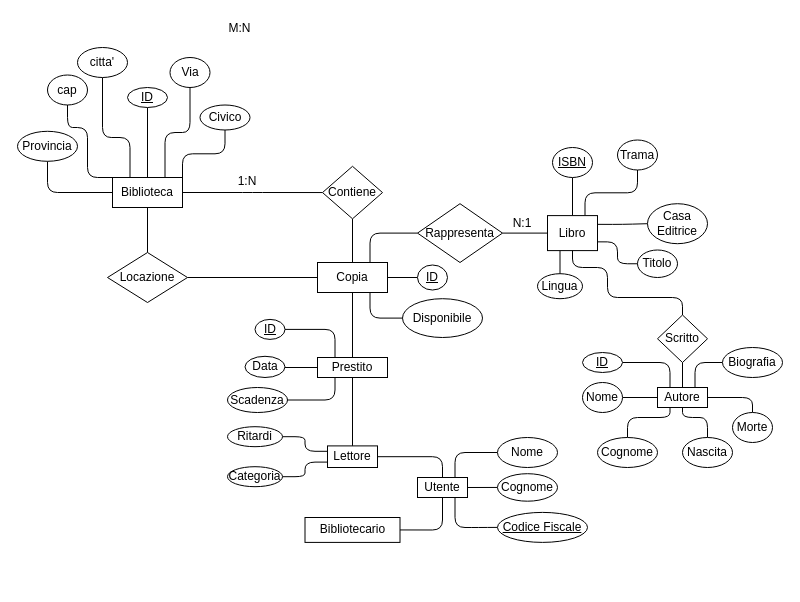
Before: schemas/biblio_er.drawio in eliac02/bibliodb, a draw.io diagram. Source tidied: cells renumbered, new cells numbered last; positions are measured from the earlier drawing's top-left corner, leaving out a move shared by most shapes. Both pictures are drawn from the tidied source at 100%, with x=0, y=0 at pixel (17, 17).
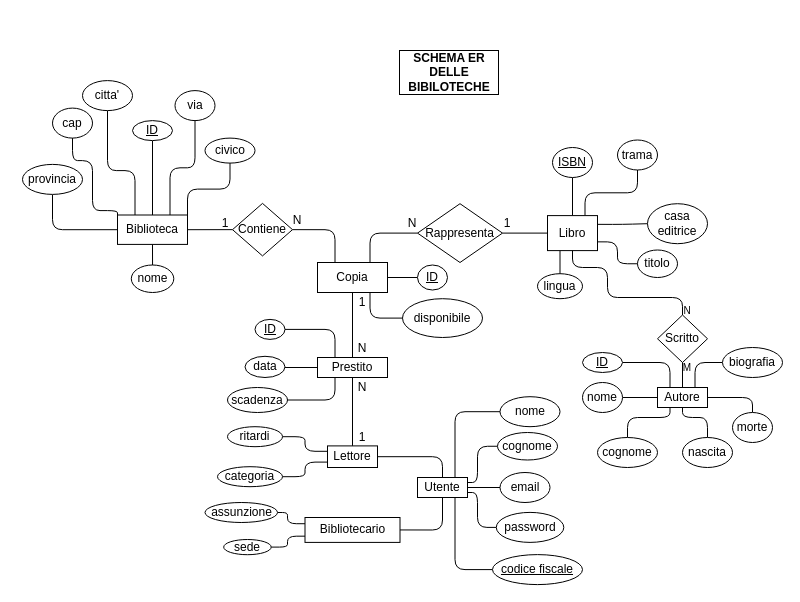
The same diagram, later.

Commit message (it also covers changes not shown here):
added relational schema

The change refers to these unchanged cells:
```xml
<mxCell id="45" value="Utente" style="rounded=0;whiteSpace=wrap;html=1;" parent="1" vertex="1">
  <mxGeometry x="400" y="460" width="50" height="20" as="geometry" />
</mxCell>
<mxCell id="49" value="Lettore" style="rounded=0;whiteSpace=wrap;html=1;" parent="1" vertex="1">
  <mxGeometry x="310" y="428.4" width="50" height="21.6" as="geometry" />
</mxCell>
<mxCell id="50" value="Bibliotecario" style="rounded=0;whiteSpace=wrap;html=1;" parent="1" vertex="1">
  <mxGeometry x="287.5" y="500" width="95" height="24.9" as="geometry" />
</mxCell>
<mxCell id="65" value="Copia" style="rounded=0;whiteSpace=wrap;html=1;" parent="1" vertex="1">
  <mxGeometry x="300" y="245" width="70" height="30" as="geometry" />
</mxCell>
<mxCell id="81" value="Prestito" style="rounded=0;whiteSpace=wrap;html=1;" parent="1" vertex="1">
  <mxGeometry x="300" y="340" width="70" height="20" as="geometry" />
</mxCell>
```

What changed in the source:
```diff
@@
-    <mxCell id="2" style="edgeStyle=orthogonalEdgeStyle;rounded=1;jettySize=auto;html=1;exitX=1;exitY=0.5;exitDx=0;exitDy=0;entryX=0;entryY=0.5;entryDx=0;entryDy=0;endArrow=none;startFill=0;" parent="1" edge="1" source="9" target="12">
-      <mxGeometry relative="1" as="geometry" />
-    </mxCell>
@@
     <mxCell id="7" style="edgeStyle=orthogonalEdgeStyle;rounded=1;jettySize=auto;html=1;exitX=0;exitY=0;exitDx=0;exitDy=0;entryX=0.5;entryY=1;entryDx=0;entryDy=0;endArrow=none;startFill=0;" parent="1" edge="1" source="9" target="58">
       <mxGeometry relative="1" as="geometry">
         <Array as="points">
-          <mxPoint x="70" y="160" />
-          <mxPoint x="70" y="110" />
-          <mxPoint x="50" y="110" />
+          <mxPoint x="75" y="193.1" />
+          <mxPoint x="75" y="143.1" />
+          <mxPoint x="55" y="143.1" />
         </Array>
       </mxGeometry>
     </mxCell>
     <mxCell id="8" style="edgeStyle=orthogonalEdgeStyle;rounded=1;jettySize=auto;html=1;exitX=0.25;exitY=0;exitDx=0;exitDy=0;entryX=0.5;entryY=1;entryDx=0;entryDy=0;endArrow=none;startFill=0;" parent="1" edge="1" source="9" target="10">
       <mxGeometry relative="1" as="geometry">
         <Array as="points">
-          <mxPoint x="113" y="120" />
-          <mxPoint x="85" y="120" />
+          <mxPoint x="118" y="153.1" />
+          <mxPoint x="90" y="153.1" />
         </Array>
       </mxGeometry>
     </mxCell>
+    <mxCell id="83" style="edgeStyle=orthogonalEdgeStyle;rounded=1;jettySize=auto;html=1;exitX=0.5;exitY=1;exitDx=0;exitDy=0;entryX=0.5;entryY=0;entryDx=0;entryDy=0;curved=0;endArrow=none;startFill=0;" parent="1" edge="1" source="9" target="106">
+      <mxGeometry relative="1" as="geometry" />
+    </mxCell>
     <mxCell id="9" value="Biblioteca" style="rounded=0;whiteSpace=wrap;html=1;" parent="1" vertex="1">
-      <mxGeometry x="95" y="160" width="70" height="30" as="geometry" />
+      <mxGeometry x="100" y="197.5" width="70" height="29.4" as="geometry" />
     </mxCell>
     <mxCell id="10" value="citta'" style="ellipse;whiteSpace=wrap;html=1;rounded=1;" parent="1" vertex="1">
-      <mxGeometry x="60" y="30" width="50" height="30" as="geometry" />
+      <mxGeometry x="65" y="63.1" width="50" height="30" as="geometry" />
     </mxCell>
-    <mxCell id="11" style="edgeStyle=orthogonalEdgeStyle;rounded=1;jettySize=auto;html=1;exitX=0.5;exitY=1;exitDx=0;exitDy=0;entryX=0.5;entryY=0;entryDx=0;entryDy=0;endArrow=none;startFill=0;" parent="1" edge="1" source="12" target="65">
-      <mxGeometry relative="1" as="geometry" />
-    </mxCell>
+    <mxCell id="84" style="edgeStyle=orthogonalEdgeStyle;rounded=0;jettySize=auto;html=1;exitX=0;exitY=0.5;exitDx=0;exitDy=0;entryX=1;entryY=0.5;entryDx=0;entryDy=0;endArrow=none;startFill=0;" parent="1" edge="1" source="12" target="9">
+      <mxGeometry relative="1" as="geometry" />
+    </mxCell>
     <mxCell id="12" value="Contiene" style="rhombus;whiteSpace=wrap;html=1;rounded=0;" parent="1" vertex="1">
-      <mxGeometry x="305" y="148.8" width="60" height="52.5" as="geometry" />
+      <mxGeometry x="215" y="185.9" width="60" height="52.5" as="geometry" />
     </mxCell>
@@
-    <mxCell id="21" value="Titolo" style="ellipse;whiteSpace=wrap;html=1;rounded=1;" parent="1" vertex="1">
+    <mxCell id="21" value="titolo" style="ellipse;whiteSpace=wrap;html=1;rounded=1;" parent="1" vertex="1">
       <mxGeometry x="620" y="232.5" width="40" height="27.5" as="geometry" />
     </mxCell>
@@
-    <mxCell id="31" value="Trama" style="ellipse;whiteSpace=wrap;html=1;rounded=1;" parent="1" vertex="1">
+    <mxCell id="31" value="trama" style="ellipse;whiteSpace=wrap;html=1;rounded=1;" parent="1" vertex="1">
       <mxGeometry x="600" y="122.5" width="40" height="30" as="geometry" />
     </mxCell>
-    <mxCell id="32" value="Casa Editrice" style="ellipse;whiteSpace=wrap;html=1;rounded=1;" parent="1" vertex="1">
+    <mxCell id="32" value="casa editrice" style="ellipse;whiteSpace=wrap;html=1;rounded=1;" parent="1" vertex="1">
       <mxGeometry x="630" y="186.2" width="60" height="40" as="geometry" />
     </mxCell>
@@
-    <mxCell id="34" value="Nome" style="ellipse;whiteSpace=wrap;html=1;rounded=1;" parent="1" vertex="1">
+    <mxCell id="34" value="nome" style="ellipse;whiteSpace=wrap;html=1;rounded=1;" parent="1" vertex="1">
       <mxGeometry x="565" y="365" width="40" height="30" as="geometry" />
     </mxCell>
-    <mxCell id="35" value="Cognome" style="ellipse;whiteSpace=wrap;html=1;rounded=1;" parent="1" vertex="1">
+    <mxCell id="35" value="cognome" style="ellipse;whiteSpace=wrap;html=1;rounded=1;" parent="1" vertex="1">
       <mxGeometry x="580" y="420" width="60" height="30" as="geometry" />
     </mxCell>
-    <mxCell id="36" value="Nascita" style="ellipse;whiteSpace=wrap;html=1;rounded=1;" parent="1" vertex="1">
+    <mxCell id="36" value="nascita" style="ellipse;whiteSpace=wrap;html=1;rounded=1;" parent="1" vertex="1">
       <mxGeometry x="665" y="420" width="50" height="30" as="geometry" />
     </mxCell>
-    <mxCell id="37" value="Morte" style="ellipse;whiteSpace=wrap;html=1;rounded=1;" parent="1" vertex="1">
+    <mxCell id="37" value="morte" style="ellipse;whiteSpace=wrap;html=1;rounded=1;" parent="1" vertex="1">
       <mxGeometry x="715" y="395" width="40" height="30" as="geometry" />
     </mxCell>
-    <mxCell id="38" value="Biografia" style="ellipse;whiteSpace=wrap;html=1;rounded=1;" parent="1" vertex="1">
+    <mxCell id="38" value="biografia" style="ellipse;whiteSpace=wrap;html=1;rounded=1;" parent="1" vertex="1">
       <mxGeometry x="705" y="330" width="60" height="30" as="geometry" />
     </mxCell>
-    <mxCell id="39" value="Lingua" style="ellipse;whiteSpace=wrap;html=1;rounded=1;" parent="1" vertex="1">
+    <mxCell id="39" value="lingua" style="ellipse;whiteSpace=wrap;html=1;rounded=1;" parent="1" vertex="1">
       <mxGeometry x="520" y="256.2" width="45" height="25" as="geometry" />
     </mxCell>
@@
-    <mxCell id="42" style="edgeStyle=orthogonalEdgeStyle;rounded=1;jettySize=auto;html=1;exitX=0.75;exitY=0;exitDx=0;exitDy=0;entryX=0;entryY=0.5;entryDx=0;entryDy=0;endArrow=none;startFill=0;" parent="1" edge="1" source="45" target="53">
+    <mxCell id="42" style="edgeStyle=orthogonalEdgeStyle;rounded=1;jettySize=auto;html=1;exitX=0.75;exitY=0;exitDx=0;exitDy=0;entryX=0;entryY=0.5;entryDx=0;entryDy=0;curved=0;endArrow=none;startFill=0;" parent="1" edge="1" source="45" target="53">
       <mxGeometry relative="1" as="geometry" />
     </mxCell>
+    <mxCell id="44" style="edgeStyle=orthogonalEdgeStyle;rounded=1;jettySize=auto;html=1;exitX=0.75;exitY=1;exitDx=0;exitDy=0;entryX=0;entryY=0.5;entryDx=0;entryDy=0;endArrow=none;startFill=0;curved=0;" parent="1" edge="1" source="45" target="52">
+      <mxGeometry relative="1" as="geometry" />
+    </mxCell>
-    <mxCell id="43" style="edgeStyle=orthogonalEdgeStyle;rounded=1;jettySize=auto;html=1;exitX=1;exitY=0.5;exitDx=0;exitDy=0;entryX=0;entryY=0.5;entryDx=0;entryDy=0;endArrow=none;startFill=0;" parent="1" edge="1" source="45" target="55">
-      <mxGeometry relative="1" as="geometry" />
+    <mxCell id="43" style="edgeStyle=orthogonalEdgeStyle;rounded=1;jettySize=auto;html=1;exitX=1;exitY=0.25;exitDx=0;exitDy=0;entryX=0;entryY=0.5;entryDx=0;entryDy=0;curved=0;endArrow=none;startFill=0;" parent="1" edge="1" source="45" target="55">
+      <mxGeometry relative="1" as="geometry">
+        <Array as="points">
+          <mxPoint x="460" y="465" />
+          <mxPoint x="460" y="429" />
+        </Array>
+      </mxGeometry>
     </mxCell>
-    <mxCell id="44" style="edgeStyle=orthogonalEdgeStyle;rounded=1;jettySize=auto;html=1;exitX=0.75;exitY=1;exitDx=0;exitDy=0;entryX=0;entryY=0.5;entryDx=0;entryDy=0;endArrow=none;startFill=0;" parent="1" edge="1" source="45" target="52">
-      <mxGeometry relative="1" as="geometry">
-        <Array as="points">
-          <mxPoint x="437" y="510" />
-          <mxPoint x="460" y="510" />
-        </Array>
-      </mxGeometry>
-    </mxCell>
+    <mxCell id="85" style="edgeStyle=orthogonalEdgeStyle;rounded=1;jettySize=auto;html=1;exitX=1;exitY=0.5;exitDx=0;exitDy=0;entryX=0;entryY=0.5;entryDx=0;entryDy=0;curved=0;endArrow=none;startFill=0;" parent="1" edge="1" source="45" target="105">
+      <mxGeometry relative="1" as="geometry" />
+    </mxCell>
+    <mxCell id="86" style="edgeStyle=orthogonalEdgeStyle;rounded=1;jettySize=auto;html=1;exitX=1;exitY=0.75;exitDx=0;exitDy=0;entryX=0;entryY=0.5;entryDx=0;entryDy=0;curved=0;endArrow=none;startFill=0;" parent="1" edge="1" source="45" target="102">
+      <mxGeometry relative="1" as="geometry">
+        <Array as="points">
+          <mxPoint x="460" y="475" />
+          <mxPoint x="460" y="510" />
+        </Array>
+      </mxGeometry>
+    </mxCell>
@@
-    <mxCell id="48" style="edgeStyle=orthogonalEdgeStyle;rounded=1;jettySize=auto;html=1;exitX=0.5;exitY=0;exitDx=0;exitDy=0;entryX=0.5;entryY=1;entryDx=0;entryDy=0;endArrow=none;startFill=0;" parent="1" edge="1" source="49" target="81">
+    <mxCell id="48" style="edgeStyle=orthogonalEdgeStyle;rounded=1;jettySize=auto;html=1;exitX=0.5;exitY=0;exitDx=0;exitDy=0;entryX=0.5;entryY=1;entryDx=0;entryDy=0;endArrow=none;startFill=0;startArrow=none;endFill=1;" parent="1" edge="1" source="49" target="81">
       <mxGeometry relative="1" as="geometry" />
     </mxCell>
@@
+    <mxCell id="87" style="edgeStyle=orthogonalEdgeStyle;rounded=1;jettySize=auto;html=1;exitX=0;exitY=0.25;exitDx=0;exitDy=0;entryX=1;entryY=0.5;entryDx=0;entryDy=0;curved=0;endArrow=none;startFill=0;" parent="1" edge="1" source="50" target="104">
+      <mxGeometry relative="1" as="geometry">
+        <Array as="points">
+          <mxPoint x="270" y="506" />
+          <mxPoint x="270" y="495" />
+        </Array>
+      </mxGeometry>
+    </mxCell>
+    <mxCell id="88" style="edgeStyle=orthogonalEdgeStyle;rounded=1;jettySize=auto;html=1;exitX=0;exitY=0.75;exitDx=0;exitDy=0;entryX=1;entryY=0.5;entryDx=0;entryDy=0;curved=0;endArrow=none;startFill=0;" parent="1" edge="1" source="50" target="103">
+      <mxGeometry relative="1" as="geometry">
+        <Array as="points">
+          <mxPoint x="270" y="519" />
+          <mxPoint x="270" y="530" />
+        </Array>
+      </mxGeometry>
+    </mxCell>
@@
-    <mxCell id="51" value="Categoria" style="ellipse;whiteSpace=wrap;html=1;rounded=1;" parent="1" vertex="1">
-      <mxGeometry x="210" y="449.2" width="55" height="20" as="geometry" />
+    <mxCell id="51" value="categoria" style="ellipse;whiteSpace=wrap;html=1;rounded=1;" parent="1" vertex="1">
+      <mxGeometry x="200" y="449.2" width="65" height="20" as="geometry" />
     </mxCell>
-    <mxCell id="52" value="&lt;u&gt;Codice Fiscale&lt;/u&gt;" style="ellipse;whiteSpace=wrap;html=1;rounded=1;" parent="1" vertex="1">
-      <mxGeometry x="480" y="494.9" width="90" height="30" as="geometry" />
+    <mxCell id="52" value="&lt;u&gt;codice fiscale&lt;/u&gt;" style="ellipse;whiteSpace=wrap;html=1;rounded=1;" parent="1" vertex="1">
+      <mxGeometry x="475" y="537.1" width="90" height="30" as="geometry" />
     </mxCell>
-    <mxCell id="53" value="Nome" style="ellipse;whiteSpace=wrap;html=1;rounded=1;" parent="1" vertex="1">
-      <mxGeometry x="480" y="420" width="60" height="30" as="geometry" />
+    <mxCell id="53" value="nome" style="ellipse;whiteSpace=wrap;html=1;rounded=1;" parent="1" vertex="1">
+      <mxGeometry x="482.5" y="379.2" width="60" height="30" as="geometry" />
     </mxCell>
-    <mxCell id="54" value="Ritardi" style="ellipse;whiteSpace=wrap;html=1;rounded=1;" parent="1" vertex="1">
+    <mxCell id="54" value="ritardi" style="ellipse;whiteSpace=wrap;html=1;rounded=1;" parent="1" vertex="1">
       <mxGeometry x="210" y="409.2" width="55" height="20" as="geometry" />
     </mxCell>
-    <mxCell id="55" value="Cognome" style="ellipse;whiteSpace=wrap;html=1;rounded=1;" parent="1" vertex="1">
-      <mxGeometry x="480" y="456.2" width="60" height="27.5" as="geometry" />
+    <mxCell id="55" value="cognome" style="ellipse;whiteSpace=wrap;html=1;rounded=1;" parent="1" vertex="1">
+      <mxGeometry x="480" y="415" width="60" height="27.5" as="geometry" />
     </mxCell>
-    <mxCell id="56" value="Via" style="ellipse;whiteSpace=wrap;html=1;rounded=1;" parent="1" vertex="1">
-      <mxGeometry x="152.5" y="40" width="40" height="30" as="geometry" />
+    <mxCell id="56" value="via" style="ellipse;whiteSpace=wrap;html=1;rounded=1;" parent="1" vertex="1">
+      <mxGeometry x="157.5" y="73.1" width="40" height="30" as="geometry" />
     </mxCell>
-    <mxCell id="57" value="Civico" style="ellipse;whiteSpace=wrap;html=1;rounded=1;" parent="1" vertex="1">
-      <mxGeometry x="182.5" y="87.5" width="50" height="25" as="geometry" />
+    <mxCell id="57" value="civico" style="ellipse;whiteSpace=wrap;html=1;rounded=1;" parent="1" vertex="1">
+      <mxGeometry x="187.5" y="120.6" width="50" height="25" as="geometry" />
     </mxCell>
     <mxCell id="58" value="cap" style="ellipse;whiteSpace=wrap;html=1;rounded=1;" parent="1" vertex="1">
-      <mxGeometry x="30" y="57.5" width="40" height="30" as="geometry" />
+      <mxGeometry x="35" y="90.6" width="40" height="30" as="geometry" />
     </mxCell>
-    <mxCell id="59" value="Provincia" style="ellipse;whiteSpace=wrap;html=1;rounded=1;" parent="1" vertex="1">
-      <mxGeometry y="113.8" width="60" height="30" as="geometry" />
+    <mxCell id="59" value="provincia" style="ellipse;whiteSpace=wrap;html=1;rounded=1;" parent="1" vertex="1">
+      <mxGeometry x="5" y="146.9" width="60" height="30" as="geometry" />
     </mxCell>
-    <mxCell id="60" style="edgeStyle=orthogonalEdgeStyle;rounded=1;jettySize=auto;html=1;exitX=0;exitY=0.5;exitDx=0;exitDy=0;entryX=1;entryY=0.5;entryDx=0;entryDy=0;endArrow=none;startFill=0;" parent="1" edge="1" source="65" target="76">
-      <mxGeometry relative="1" as="geometry" />
-    </mxCell>
@@
-    <mxCell id="64" style="edgeStyle=orthogonalEdgeStyle;rounded=1;jettySize=auto;html=1;exitX=0.5;exitY=1;exitDx=0;exitDy=0;entryX=0.5;entryY=0;entryDx=0;entryDy=0;endArrow=none;startFill=0;" parent="1" edge="1" source="65" target="81">
+    <mxCell id="64" style="edgeStyle=orthogonalEdgeStyle;rounded=1;jettySize=auto;html=1;exitX=0.5;exitY=1;exitDx=0;exitDy=0;entryX=0.5;entryY=0;entryDx=0;entryDy=0;endArrow=none;startFill=0;endFill=1;" parent="1" edge="1" source="65" target="81">
       <mxGeometry relative="1" as="geometry" />
     </mxCell>
+    <mxCell id="89" style="edgeStyle=orthogonalEdgeStyle;rounded=1;jettySize=auto;html=1;exitX=0.25;exitY=0;exitDx=0;exitDy=0;entryX=1;entryY=0.5;entryDx=0;entryDy=0;endArrow=none;startFill=0;" parent="1" edge="1" source="65" target="12">
+      <mxGeometry relative="1" as="geometry" />
+    </mxCell>
@@
-    <mxCell id="67" value="Disponibile" style="ellipse;whiteSpace=wrap;html=1;rounded=1;" parent="1" vertex="1">
+    <mxCell id="67" value="disponibile" style="ellipse;whiteSpace=wrap;html=1;rounded=1;" parent="1" vertex="1">
       <mxGeometry x="385" y="281.2" width="80" height="38.8" as="geometry" />
     </mxCell>
@@
-    <mxCell id="69" value="Data" style="ellipse;whiteSpace=wrap;html=1;rounded=1;" parent="1" vertex="1">
+    <mxCell id="69" value="data" style="ellipse;whiteSpace=wrap;html=1;rounded=1;" parent="1" vertex="1">
       <mxGeometry x="227.5" y="338.8" width="40" height="21.2" as="geometry" />
     </mxCell>
-    <mxCell id="70" value="Scadenza" style="ellipse;whiteSpace=wrap;html=1;rounded=1;" parent="1" vertex="1">
+    <mxCell id="70" value="scadenza" style="ellipse;whiteSpace=wrap;html=1;rounded=1;" parent="1" vertex="1">
       <mxGeometry x="210" y="370" width="60" height="25" as="geometry" />
     </mxCell>
-    <mxCell id="71" value="M:N" style="text;html=1;align=center;verticalAlign=middle;whiteSpace=wrap;rounded=0;" parent="1" vertex="1">
-      <mxGeometry x="195" width="55" height="22.5" as="geometry" />
-    </mxCell>
-    <mxCell id="72" value="1:N" style="text;html=1;align=center;verticalAlign=middle;whiteSpace=wrap;rounded=0;" parent="1" vertex="1">
-      <mxGeometry x="210" y="152.5" width="40" height="22.5" as="geometry" />
-    </mxCell>
     <mxCell id="73" value="&lt;u&gt;ID&lt;/u&gt;" style="ellipse;whiteSpace=wrap;html=1;rounded=1;" parent="1" vertex="1">
-      <mxGeometry x="110" y="70" width="40" height="20" as="geometry" />
+      <mxGeometry x="115" y="103.1" width="40" height="20" as="geometry" />
     </mxCell>
@@
-    <mxCell id="75" style="edgeStyle=orthogonalEdgeStyle;rounded=1;jettySize=auto;html=1;exitX=0.5;exitY=0;exitDx=0;exitDy=0;entryX=0.5;entryY=1;entryDx=0;entryDy=0;endArrow=none;startFill=0;" parent="1" edge="1" source="76" target="9">
-      <mxGeometry relative="1" as="geometry" />
-    </mxCell>
-    <mxCell id="76" value="Locazione" style="rhombus;whiteSpace=wrap;html=1;rounded=0;" parent="1" vertex="1">
-      <mxGeometry x="90" y="235" width="80" height="50" as="geometry" />
-    </mxCell>
@@
-    <mxCell id="82" value="N:1" style="text;html=1;align=center;verticalAlign=middle;whiteSpace=wrap;rounded=0;" parent="1" vertex="1">
-      <mxGeometry x="490" y="197.5" width="30" height="17.5" as="geometry" />
-    </mxCell>
+    <mxCell id="90" style="edgeStyle=orthogonalEdgeStyle;rounded=0;orthogonalLoop=1;jettySize=auto;html=1;exitX=0;exitY=0;exitDx=0;exitDy=0;" parent="1" edge="1">
+      <mxGeometry relative="1" as="geometry">
+        <mxPoint x="350" y="390" as="sourcePoint" />
+        <mxPoint x="350" y="390" as="targetPoint" />
+      </mxGeometry>
+    </mxCell>
+    <mxCell id="91" value="N" style="text;html=1;align=center;verticalAlign=middle;whiteSpace=wrap;rounded=0;" parent="1" vertex="1">
+      <mxGeometry x="390" y="201.2" width="10" height="10" as="geometry" />
+    </mxCell>
+    <mxCell id="92" value="1" style="text;html=1;align=center;verticalAlign=middle;whiteSpace=wrap;rounded=0;" parent="1" vertex="1">
+      <mxGeometry x="485" y="201.2" width="10" height="10" as="geometry" />
+    </mxCell>
+    <mxCell id="93" value="N" style="text;html=1;align=center;verticalAlign=middle;whiteSpace=wrap;rounded=0;" parent="1" vertex="1">
+      <mxGeometry x="340" y="326.2" width="10" height="8.8" as="geometry" />
+    </mxCell>
+    <mxCell id="94" value="1" style="text;html=1;align=center;verticalAlign=middle;whiteSpace=wrap;rounded=0;" parent="1" vertex="1">
+      <mxGeometry x="340" y="280" width="10" height="10" as="geometry" />
+    </mxCell>
+    <mxCell id="95" value="1" style="text;html=1;align=center;verticalAlign=middle;whiteSpace=wrap;rounded=0;" parent="1" vertex="1">
+      <mxGeometry x="340" y="415" width="10" height="10" as="geometry" />
+    </mxCell>
+    <mxCell id="96" value="N" style="text;html=1;align=center;verticalAlign=middle;whiteSpace=wrap;rounded=0;" parent="1" vertex="1">
+      <mxGeometry x="340" y="365" width="10" height="10" as="geometry" />
+    </mxCell>
+    <mxCell id="97" value="N" style="text;html=1;align=center;verticalAlign=middle;whiteSpace=wrap;rounded=0;fontSize=10;" parent="1" vertex="1">
+      <mxGeometry x="665" y="287.5" width="10" height="10" as="geometry" />
+    </mxCell>
+    <mxCell id="98" value="M" style="text;html=1;align=center;verticalAlign=middle;whiteSpace=wrap;rounded=0;fontSize=10;" parent="1" vertex="1">
+      <mxGeometry x="665" y="345" width="10" height="10" as="geometry" />
+    </mxCell>
+    <mxCell id="99" value="SCHEMA ER DELLE BIBILOTECHE" style="text;align=center;verticalAlign=middle;rounded=0;labelBorderColor=default;fontStyle=1;html=1;whiteSpace=wrap;spacingTop=0;spacing=0;" parent="1" vertex="1">
+      <mxGeometry x="382.5" y="30" width="97.5" height="50" as="geometry" />
+    </mxCell>
+    <mxCell id="100" value="1" style="text;html=1;align=center;verticalAlign=middle;whiteSpace=wrap;rounded=0;" parent="1" vertex="1">
+      <mxGeometry x="197.5" y="201.2" width="20" height="10" as="geometry" />
+    </mxCell>
+    <mxCell id="101" value="N" style="text;html=1;align=center;verticalAlign=middle;whiteSpace=wrap;rounded=0;" parent="1" vertex="1">
+      <mxGeometry x="275" y="198.1" width="10" height="10" as="geometry" />
+    </mxCell>
+    <mxCell id="102" value="password" style="ellipse;whiteSpace=wrap;html=1;" parent="1" vertex="1">
+      <mxGeometry x="478.8" y="494.9" width="67.5" height="30" as="geometry" />
+    </mxCell>
+    <mxCell id="103" value="sede" style="ellipse;whiteSpace=wrap;html=1;" parent="1" vertex="1">
+      <mxGeometry x="206.2" y="522" width="47.5" height="15.2" as="geometry" />
+    </mxCell>
+    <mxCell id="104" value="assunzione" style="ellipse;whiteSpace=wrap;html=1;" parent="1" vertex="1">
+      <mxGeometry x="187.5" y="485" width="72.5" height="20" as="geometry" />
+    </mxCell>
+    <mxCell id="105" value="email" style="ellipse;whiteSpace=wrap;html=1;" parent="1" vertex="1">
+      <mxGeometry x="482.5" y="455" width="50" height="30" as="geometry" />
+    </mxCell>
+    <mxCell id="106" value="nome" style="ellipse;whiteSpace=wrap;html=1;" parent="1" vertex="1">
+      <mxGeometry x="113.8" y="247.5" width="42.5" height="27.5" as="geometry" />
+    </mxCell>
```
